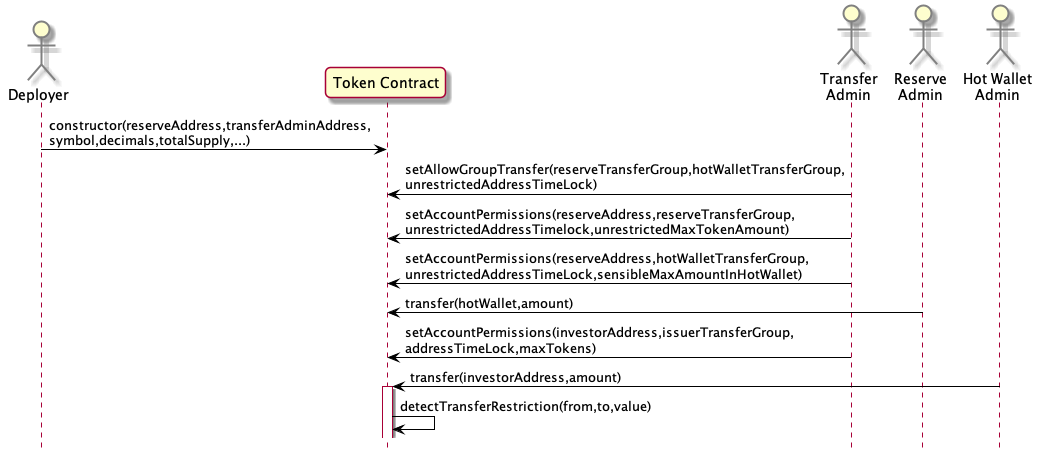
Before: docs/plant-uml-diagrams/setup.png, a diagram exported from PlantUML (melmel27/comakery).
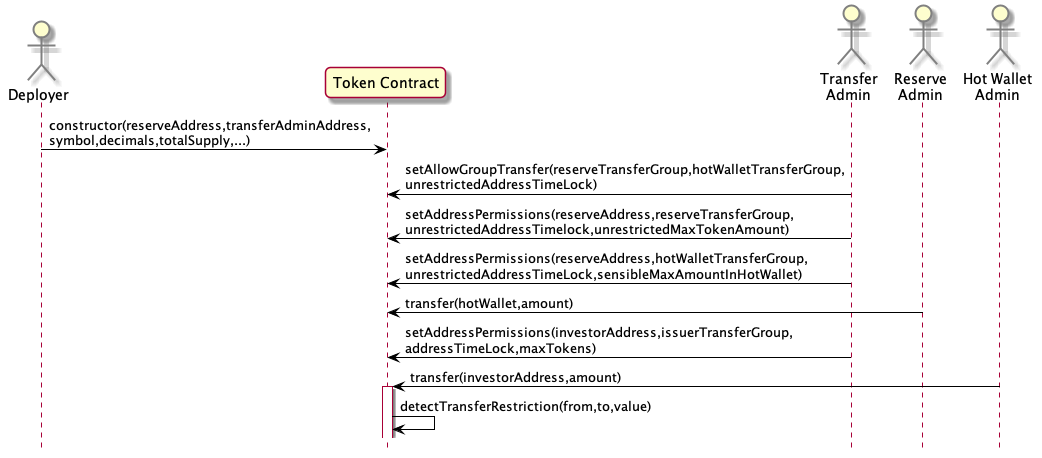
After the change.

Diff of the diagram source:
```diff
@@ -13,10 +13,10 @@
 
 Deployer -> Token: constructor(reserveAddress,transferAdminAddress,\nsymbol,decimals,totalSupply,...)
 TAdmin -> Token: setAllowGroupTransfer(reserveTransferGroup,hotWalletTransferGroup,\nunrestrictedAddressTimeLock)
-TAdmin -> Token: setAccountPermissions(reserveAddress,reserveTransferGroup,\nunrestrictedAddressTimelock,unrestrictedMaxTokenAmount)
-TAdmin -> Token: setAccountPermissions(reserveAddress,hotWalletTransferGroup,\nunrestrictedAddressTimeLock,sensibleMaxAmountInHotWallet)
+TAdmin -> Token: setAddressPermissions(reserveAddress,reserveTransferGroup,\nunrestrictedAddressTimelock,unrestrictedMaxTokenAmount)
+TAdmin -> Token: setAddressPermissions(reserveAddress,hotWalletTransferGroup,\nunrestrictedAddressTimeLock,sensibleMaxAmountInHotWallet)
 RAdmin -> Token: transfer(hotWallet,amount)
-TAdmin -> Token: setAccountPermissions(investorAddress,issuerTransferGroup,\naddressTimeLock,maxTokens)
+TAdmin -> Token: setAddressPermissions(investorAddress,issuerTransferGroup,\naddressTimeLock,maxTokens)
 HAdmin -> Token: transfer(investorAddress,amount)
 activate Token
 Token -> Token: detectTransferRestriction(from,to,value)
```
